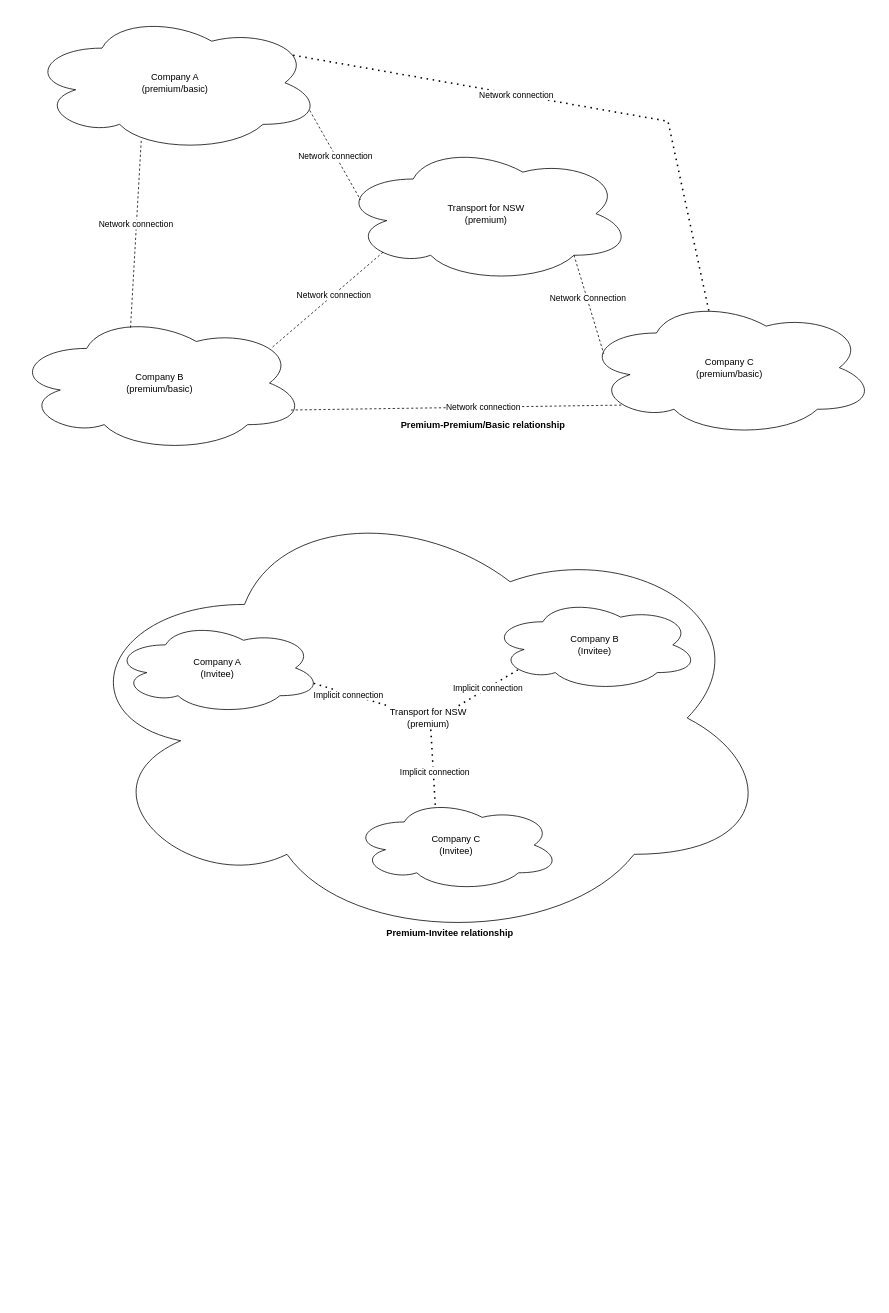
Earlier version of the draw.io diagram page "Page-10" (10 of 10) of Untitled Diagram.drawio (MohdSaifz/geojsons). Source tidied: cells renumbered, new cells numbered last; positions are measured from the earlier drawing's top-left corner, leaving out a move shared by most shapes. Both pictures are drawn from the tidied source at 77%, with x=0, y=0 at pixel (13, 13).
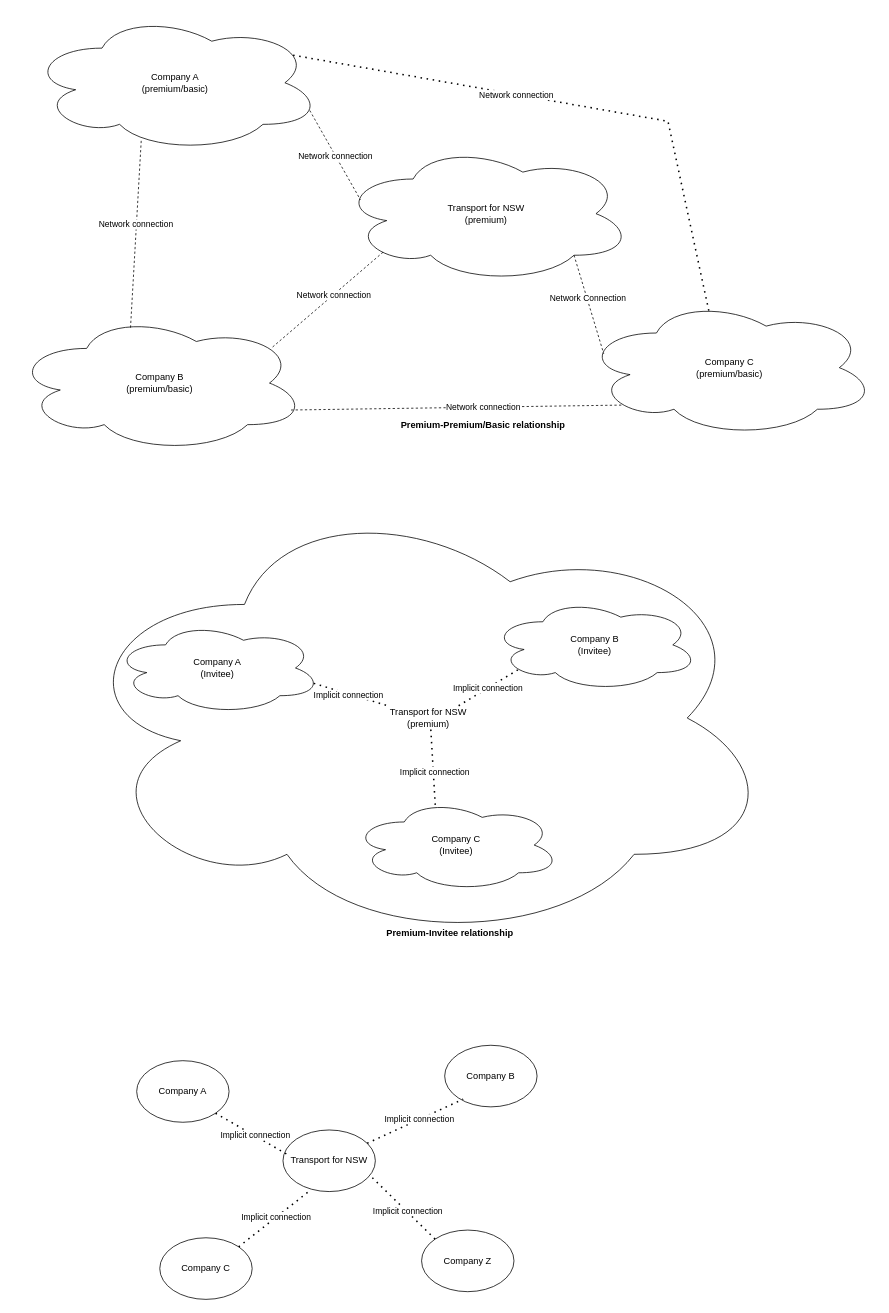
The same diagram, later.

Diff of the diagram source:
```diff
@@
+    <mxCell id="30" value="Transport for NSW" style="ellipse;whiteSpace=wrap;html=1;" parent="1" vertex="1">
+      <mxGeometry x="350" y="1450" width="120" height="80" as="geometry" />
+    </mxCell>
+    <mxCell id="31" value="Company A" style="ellipse;whiteSpace=wrap;html=1;" parent="1" vertex="1">
+      <mxGeometry x="160" y="1360" width="120" height="80" as="geometry" />
+    </mxCell>
+    <mxCell id="32" value="Company B" style="ellipse;whiteSpace=wrap;html=1;" parent="1" vertex="1">
+      <mxGeometry x="560" y="1340" width="120" height="80" as="geometry" />
+    </mxCell>
+    <mxCell id="33" value="Company C" style="ellipse;whiteSpace=wrap;html=1;" parent="1" vertex="1">
+      <mxGeometry x="190" y="1590" width="120" height="80" as="geometry" />
+    </mxCell>
+    <mxCell id="34" value="Company Z" style="ellipse;whiteSpace=wrap;html=1;" parent="1" vertex="1">
+      <mxGeometry x="530" y="1580" width="120" height="80" as="geometry" />
+    </mxCell>
+    <mxCell id="35" style="endArrow=none;dashed=1;html=1;dashPattern=1 3;strokeWidth=2;rounded=0;exitX=1;exitY=1;exitDx=0;exitDy=0;entryX=0.4;entryY=0.1;entryDx=0;entryDy=0;entryPerimeter=0;" parent="1" edge="1" source="31">
+      <mxGeometry relative="1" as="geometry">
+        <mxPoint x="356" y="1482" as="targetPoint" />
+      </mxGeometry>
+    </mxCell>
+    <mxCell id="36" value="Implicit connection" style="edgeLabel;html=1;align=center;verticalAlign=middle;" parent="35" vertex="1">
+      <mxGeometry x="0.08" y="1" relative="1" as="geometry" />
+    </mxCell>
+    <mxCell id="37" style="endArrow=none;dashed=1;html=1;dashPattern=1 3;strokeWidth=2;rounded=0;exitX=1;exitY=0;exitDx=0;exitDy=0;entryX=0.267;entryY=1.013;entryDx=0;entryDy=0;entryPerimeter=0;" parent="1" edge="1" source="33" target="30">
+      <mxGeometry relative="1" as="geometry" />
+    </mxCell>
+    <mxCell id="38" value="Implicit connection" style="edgeLabel;html=1;align=center;verticalAlign=middle;" parent="37" vertex="1">
+      <mxGeometry x="0.08" y="1" relative="1" as="geometry" />
+    </mxCell>
+    <mxCell id="39" style="endArrow=none;dashed=1;html=1;dashPattern=1 3;strokeWidth=2;rounded=0;entryX=0.267;entryY=1.013;entryDx=0;entryDy=0;entryPerimeter=0;" parent="1" edge="1" source="30">
+      <mxGeometry relative="1" as="geometry">
+        <mxPoint x="584" y="1410" as="targetPoint" />
+      </mxGeometry>
+    </mxCell>
+    <mxCell id="40" value="Implicit connection" style="edgeLabel;html=1;align=center;verticalAlign=middle;" parent="39" vertex="1">
+      <mxGeometry x="0.08" y="1" relative="1" as="geometry" />
+    </mxCell>
+    <mxCell id="41" style="endArrow=none;dashed=1;html=1;dashPattern=1 3;strokeWidth=2;rounded=0;entryX=0;entryY=0;entryDx=0;entryDy=0;exitX=0.967;exitY=0.775;exitDx=0;exitDy=0;exitPerimeter=0;" parent="1" edge="1" source="30" target="34">
+      <mxGeometry relative="1" as="geometry" />
+    </mxCell>
+    <mxCell id="42" value="Implicit connection" style="edgeLabel;html=1;align=center;verticalAlign=middle;" parent="41" vertex="1">
+      <mxGeometry x="0.08" y="1" relative="1" as="geometry" />
+    </mxCell>
```
